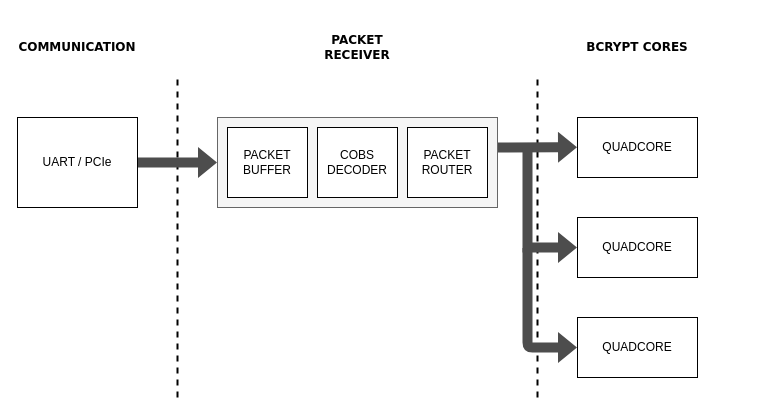
Djokzer/fpga_bruteforce_attack keeps this draw.io diagram as page "general" (1 of 2) of assets/drawio/communication_protocol.drawio. Above is the earlier version. Source tidied: cells renumbered, new cells numbered last; positions are measured from the earlier drawing's top-left corner, leaving out a move shared by most shapes. Both pictures are drawn from the tidied source at 100%, with x=0, y=0 at pixel (17, 17).
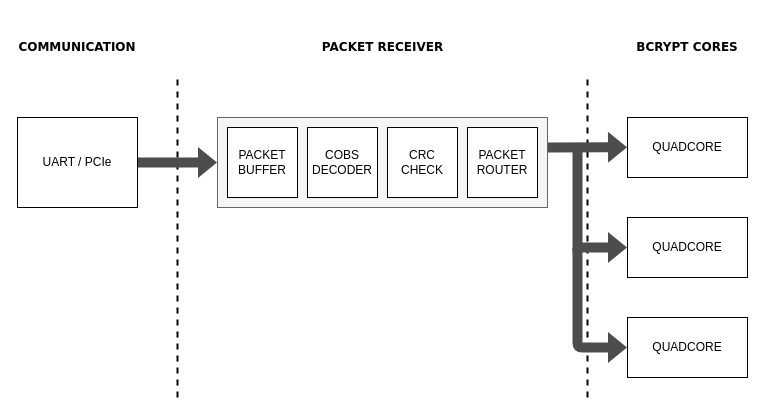
The same diagram, later.

What changed in the source:
```diff
@@
     <mxCell id="3" style="endArrow=none;dashed=1;html=1;rounded=0;strokeWidth=2;" parent="1" edge="1">
       <mxGeometry relative="1" as="geometry">
-        <mxPoint x="520" y="380" as="sourcePoint" />
-        <mxPoint x="520" y="60" as="targetPoint" />
+        <mxPoint x="570" y="380" as="sourcePoint" />
+        <mxPoint x="570" y="60" as="targetPoint" />
       </mxGeometry>
     </mxCell>
     <mxCell id="4" style="rounded=0;whiteSpace=wrap;html=1;fillColor=#f5f5f5;fontColor=#333333;strokeColor=#666666;" parent="1" vertex="1">
-      <mxGeometry x="200" y="100" width="280" height="90" as="geometry" />
+      <mxGeometry x="200" y="100" width="330" height="90" as="geometry" />
     </mxCell>
@@
     <mxCell id="6" value="COBS&lt;div&gt;&lt;div&gt;DECODER&lt;/div&gt;&lt;/div&gt;" style="rounded=0;whiteSpace=wrap;html=1;" parent="1" vertex="1">
-      <mxGeometry x="300" y="110" width="80" height="70" as="geometry" />
+      <mxGeometry x="290" y="110" width="70" height="70" as="geometry" />
     </mxCell>
     <mxCell id="7" value="&lt;div&gt;QUADCORE&lt;/div&gt;" style="rounded=0;whiteSpace=wrap;html=1;" parent="1" vertex="1">
-      <mxGeometry x="560" y="100" width="120" height="60" as="geometry" />
+      <mxGeometry x="610" y="100" width="120" height="60" as="geometry" />
     </mxCell>
     <mxCell id="8" value="&lt;div&gt;QUADCORE&lt;br&gt;&lt;/div&gt;" style="rounded=0;whiteSpace=wrap;html=1;" parent="1" vertex="1">
-      <mxGeometry x="560" y="200" width="120" height="60" as="geometry" />
+      <mxGeometry x="610" y="200" width="120" height="60" as="geometry" />
     </mxCell>
     <mxCell id="9" value="&lt;div&gt;QUADCORE&lt;br&gt;&lt;/div&gt;" style="rounded=0;whiteSpace=wrap;html=1;" parent="1" vertex="1">
-      <mxGeometry x="560" y="300" width="120" height="60" as="geometry" />
+      <mxGeometry x="610" y="300" width="120" height="60" as="geometry" />
     </mxCell>
     <mxCell id="10" value="PACKET&lt;div&gt;BUFFER&lt;/div&gt;" style="rounded=0;whiteSpace=wrap;html=1;" parent="1" vertex="1">
-      <mxGeometry x="210" y="110" width="80" height="70" as="geometry" />
+      <mxGeometry x="210" y="110" width="70" height="70" as="geometry" />
     </mxCell>
     <mxCell id="11" value="PACKET&lt;div&gt;&lt;span style=&quot;background-color: initial;&quot;&gt;ROUTER&lt;/span&gt;&lt;/div&gt;" style="rounded=0;whiteSpace=wrap;html=1;" parent="1" vertex="1">
-      <mxGeometry x="390" y="110" width="80" height="70" as="geometry" />
+      <mxGeometry x="450" y="110" width="70" height="70" as="geometry" />
     </mxCell>
@@
     <mxCell id="13" style="shape=flexArrow;endArrow=classic;html=1;rounded=0;exitX=1;exitY=0.5;exitDx=0;exitDy=0;fillColor=#4D4D4D;strokeColor=none;" parent="1" edge="1">
       <mxGeometry relative="1" as="geometry">
-        <mxPoint x="480" y="130" as="sourcePoint" />
-        <mxPoint x="560" y="129.7" as="targetPoint" />
+        <mxPoint x="530" y="130" as="sourcePoint" />
+        <mxPoint x="610" y="129.7" as="targetPoint" />
       </mxGeometry>
     </mxCell>
     <mxCell id="14" style="shape=flexArrow;endArrow=classic;html=1;rounded=0;fillColor=#4D4D4D;strokeColor=none;entryX=0;entryY=0.5;entryDx=0;entryDy=0;shadow=0;" parent="1" edge="1" target="8">
       <mxGeometry relative="1" as="geometry">
-        <mxPoint x="510" y="130" as="sourcePoint" />
+        <mxPoint x="560" y="130" as="sourcePoint" />
         <Array as="points">
-          <mxPoint x="510" y="230" />
+          <mxPoint x="560" y="230" />
         </Array>
       </mxGeometry>
     </mxCell>
     <mxCell id="15" style="shape=flexArrow;endArrow=classic;html=1;rounded=1;fillColor=#4D4D4D;strokeColor=none;entryX=0;entryY=0.5;entryDx=0;entryDy=0;" parent="1" edge="1">
       <mxGeometry relative="1" as="geometry">
-        <mxPoint x="510" y="230" as="sourcePoint" />
-        <mxPoint x="560" y="330" as="targetPoint" />
+        <mxPoint x="560" y="230" as="sourcePoint" />
+        <mxPoint x="610" y="330" as="targetPoint" />
         <Array as="points">
-          <mxPoint x="510" y="330" />
+          <mxPoint x="560" y="330" />
         </Array>
       </mxGeometry>
     </mxCell>
@@
     <mxCell id="17" value="&lt;font&gt;PACKET RECEIVER&lt;/font&gt;" style="rounded=0;whiteSpace=wrap;html=1;strokeColor=none;fillColor=none;fontStyle=1;fontFamily=Verdana;" parent="1" vertex="1">
-      <mxGeometry x="280" width="120" height="60" as="geometry" />
+      <mxGeometry x="277.5" width="175" height="60" as="geometry" />
     </mxCell>
     <mxCell id="18" value="BCRYPT CORES" style="rounded=0;whiteSpace=wrap;html=1;strokeColor=none;fillColor=none;fontStyle=1;fontFamily=Verdana;" parent="1" vertex="1">
-      <mxGeometry x="560" width="120" height="60" as="geometry" />
+      <mxGeometry x="610" width="120" height="60" as="geometry" />
     </mxCell>
+    <mxCell id="19" value="&lt;div&gt;CRC&lt;/div&gt;&lt;div&gt;CHECK&lt;br&gt;&lt;/div&gt;" style="rounded=0;whiteSpace=wrap;html=1;" parent="1" vertex="1">
+      <mxGeometry x="370" y="110" width="70" height="70" as="geometry" />
+    </mxCell>
```
